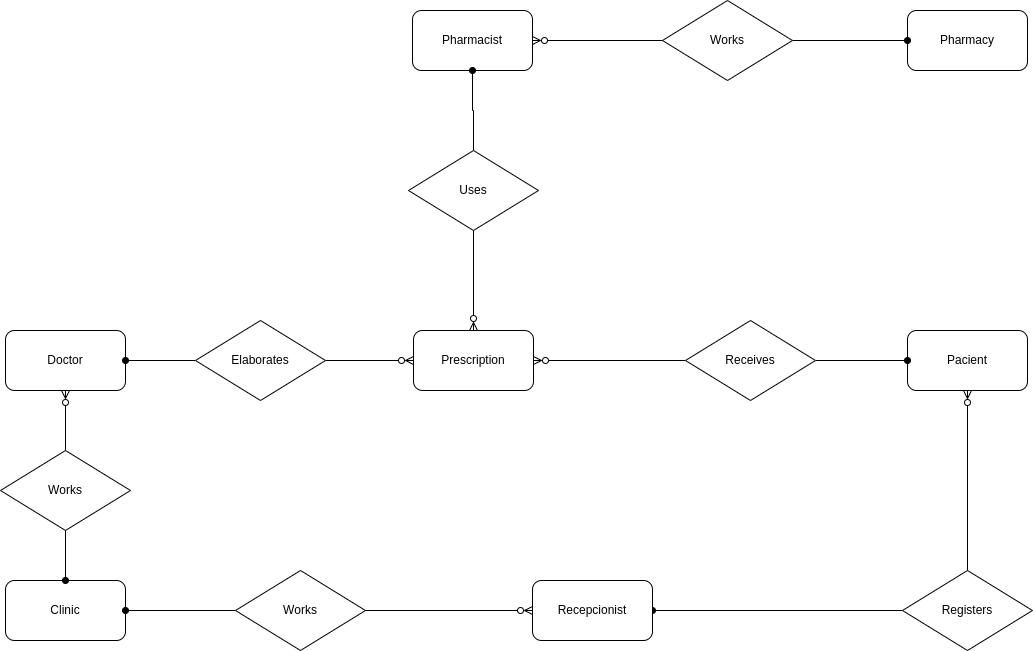
The draw.io diagram specs/entity relationship.drawio.png in anaximeno/prescriptor, before a commit. Source tidied: cells renumbered, new cells last; positions are measured from the earlier drawing's top-left corner, leaving out a move shared by most shapes.
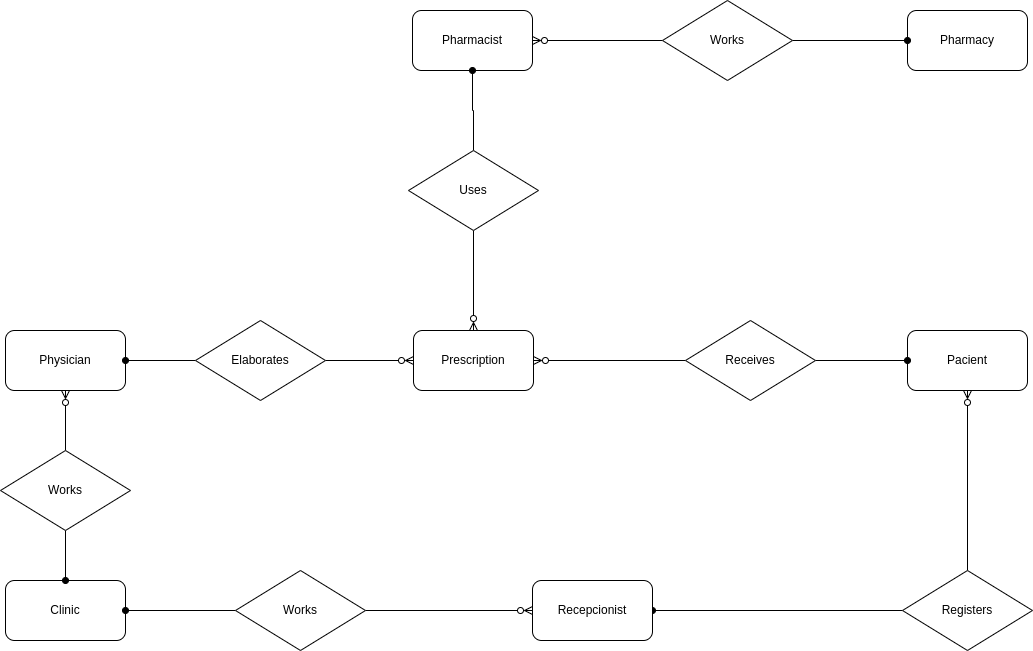
After the commit.

Commit message:
chore: use physician instead of doctor

What changed in the source:
```diff
@@ -2,7 +2,7 @@
   <root>
     <mxCell id="0" />
     <mxCell id="1" parent="0" />
-    <mxCell id="2" value="Doctor" style="rounded=1;whiteSpace=wrap;html=1;" parent="1" vertex="1">
+    <mxCell id="2" value="Physician" style="rounded=1;whiteSpace=wrap;html=1;" parent="1" vertex="1">
       <mxGeometry x="5" y="330" width="120" height="60" as="geometry" />
     </mxCell>
     <mxCell id="3" value="Pharmacist" style="rounded=1;whiteSpace=wrap;html=1;" parent="1" vertex="1">
```
